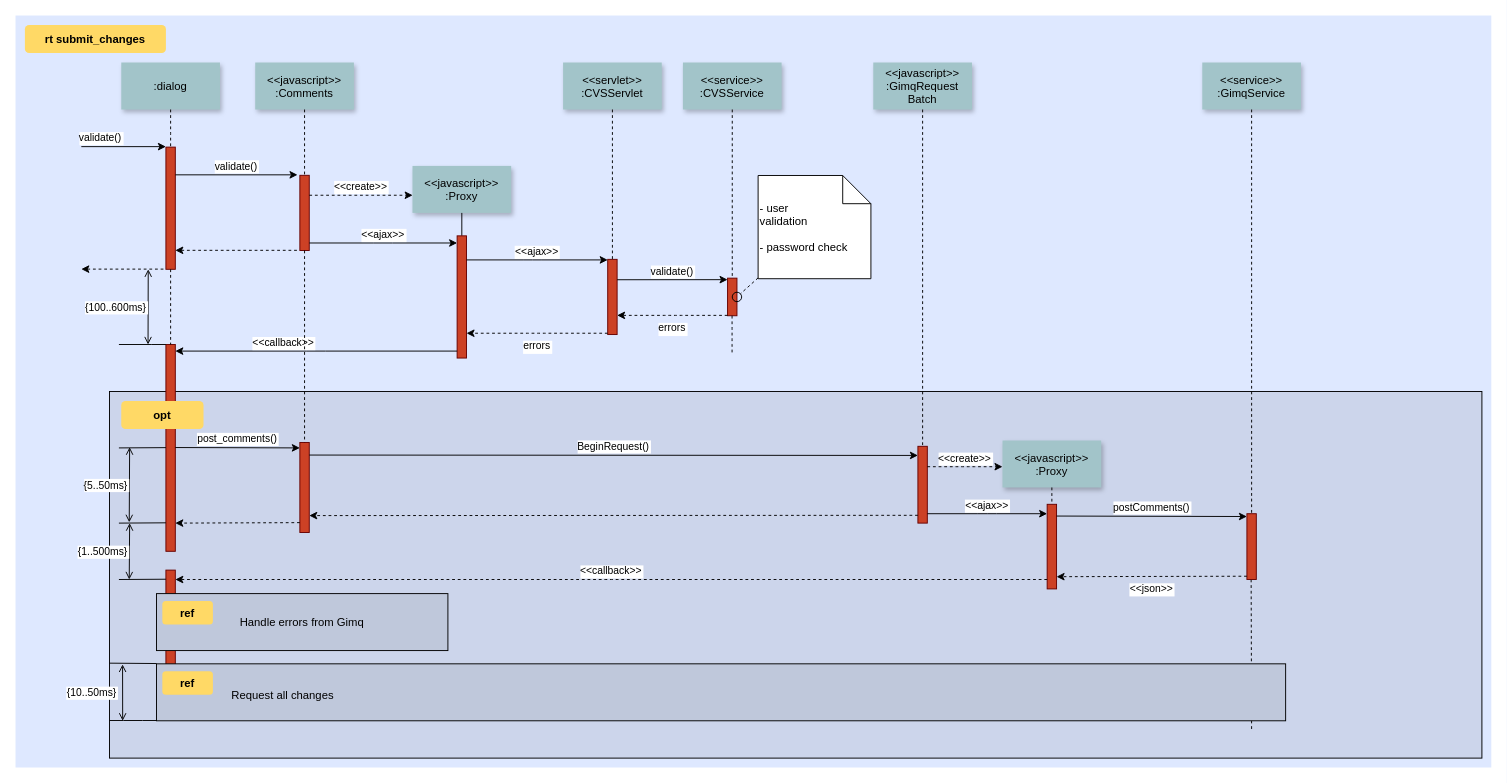
alanliang0430/file-repository keeps this draw.io diagram as Untitled Diagram.drawio. Above is the earlier version. Source tidied: cells renumbered, new cells numbered last; positions are measured from the earlier drawing's top-left corner, leaving out a move shared by most shapes. Both pictures are drawn from the tidied source at 94%, with x=0, y=0 at pixel (15, 15).
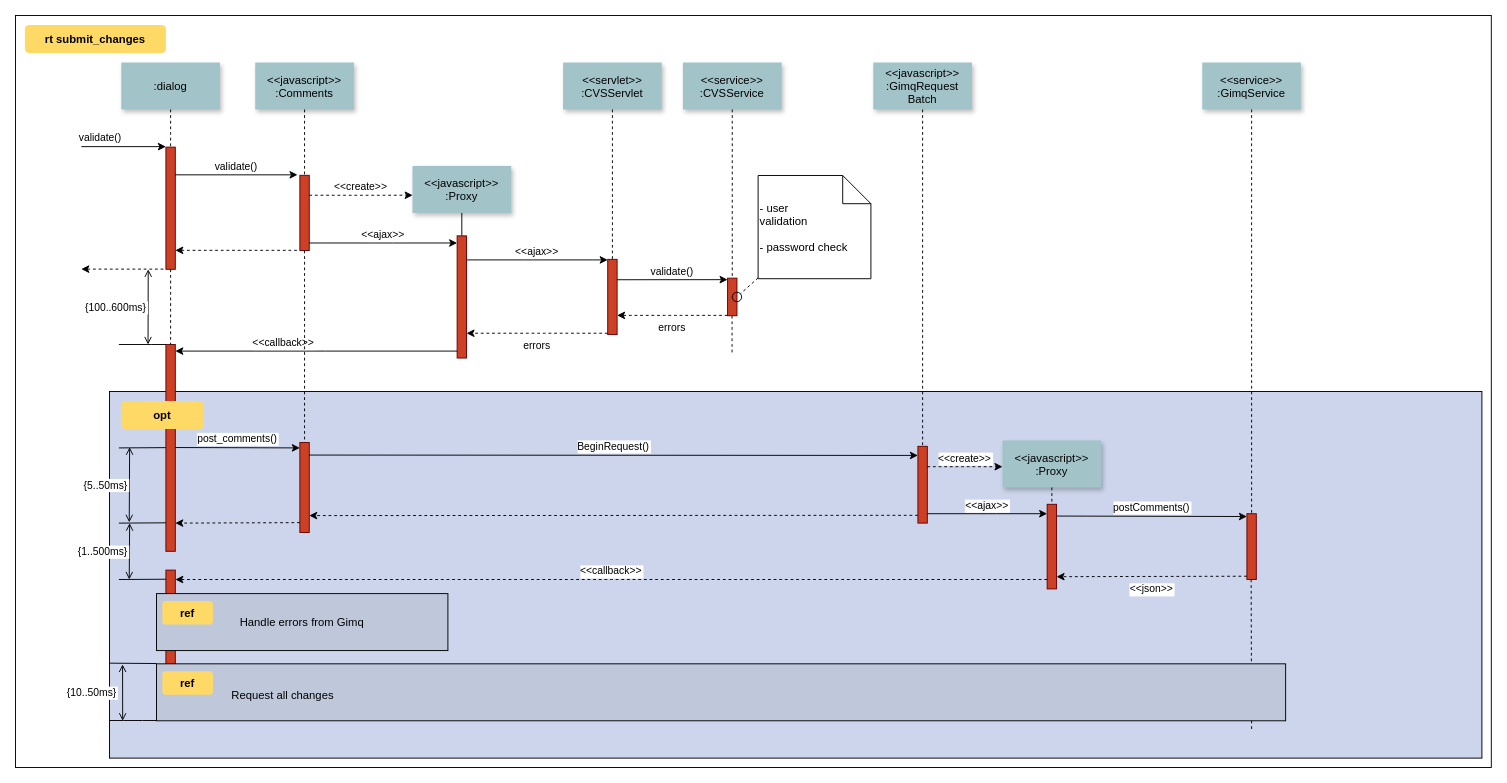
The same diagram, later.

The edit, as a diff of the source:
```diff
@@
-    <mxCell id="2" style="fillColor=#DEE8FF;strokeColor=none;" parent="1" vertex="1">
+    <mxCell id="2" parent="1" vertex="1">
       <mxGeometry width="1570" height="800" as="geometry" />
     </mxCell>
```
